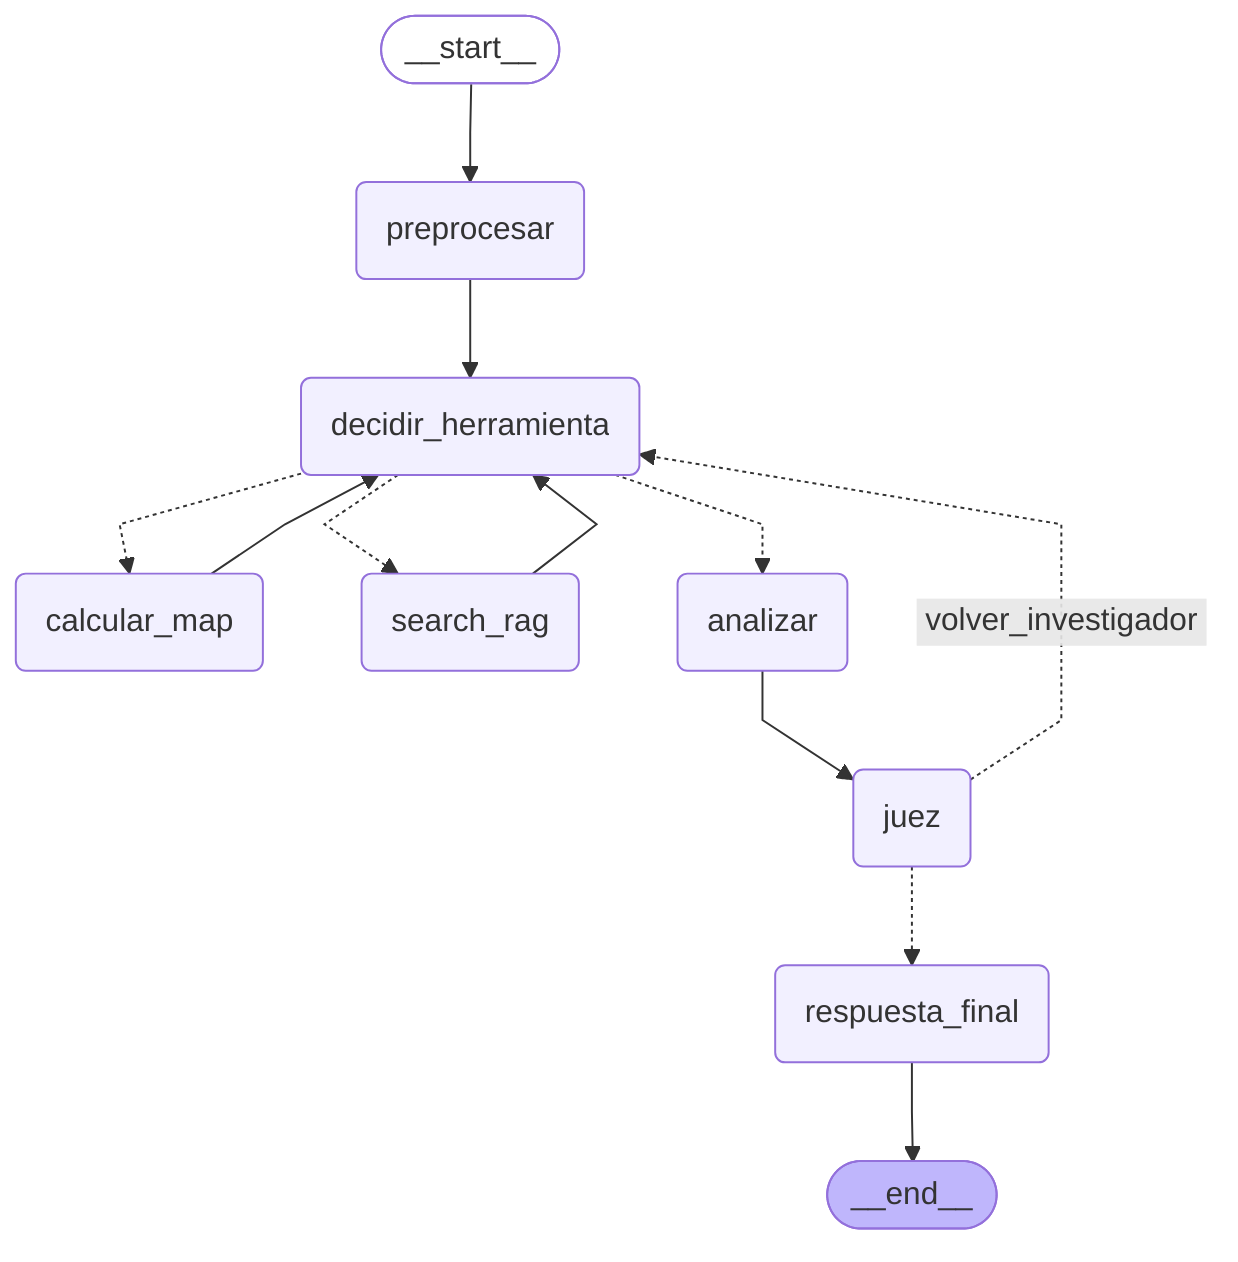
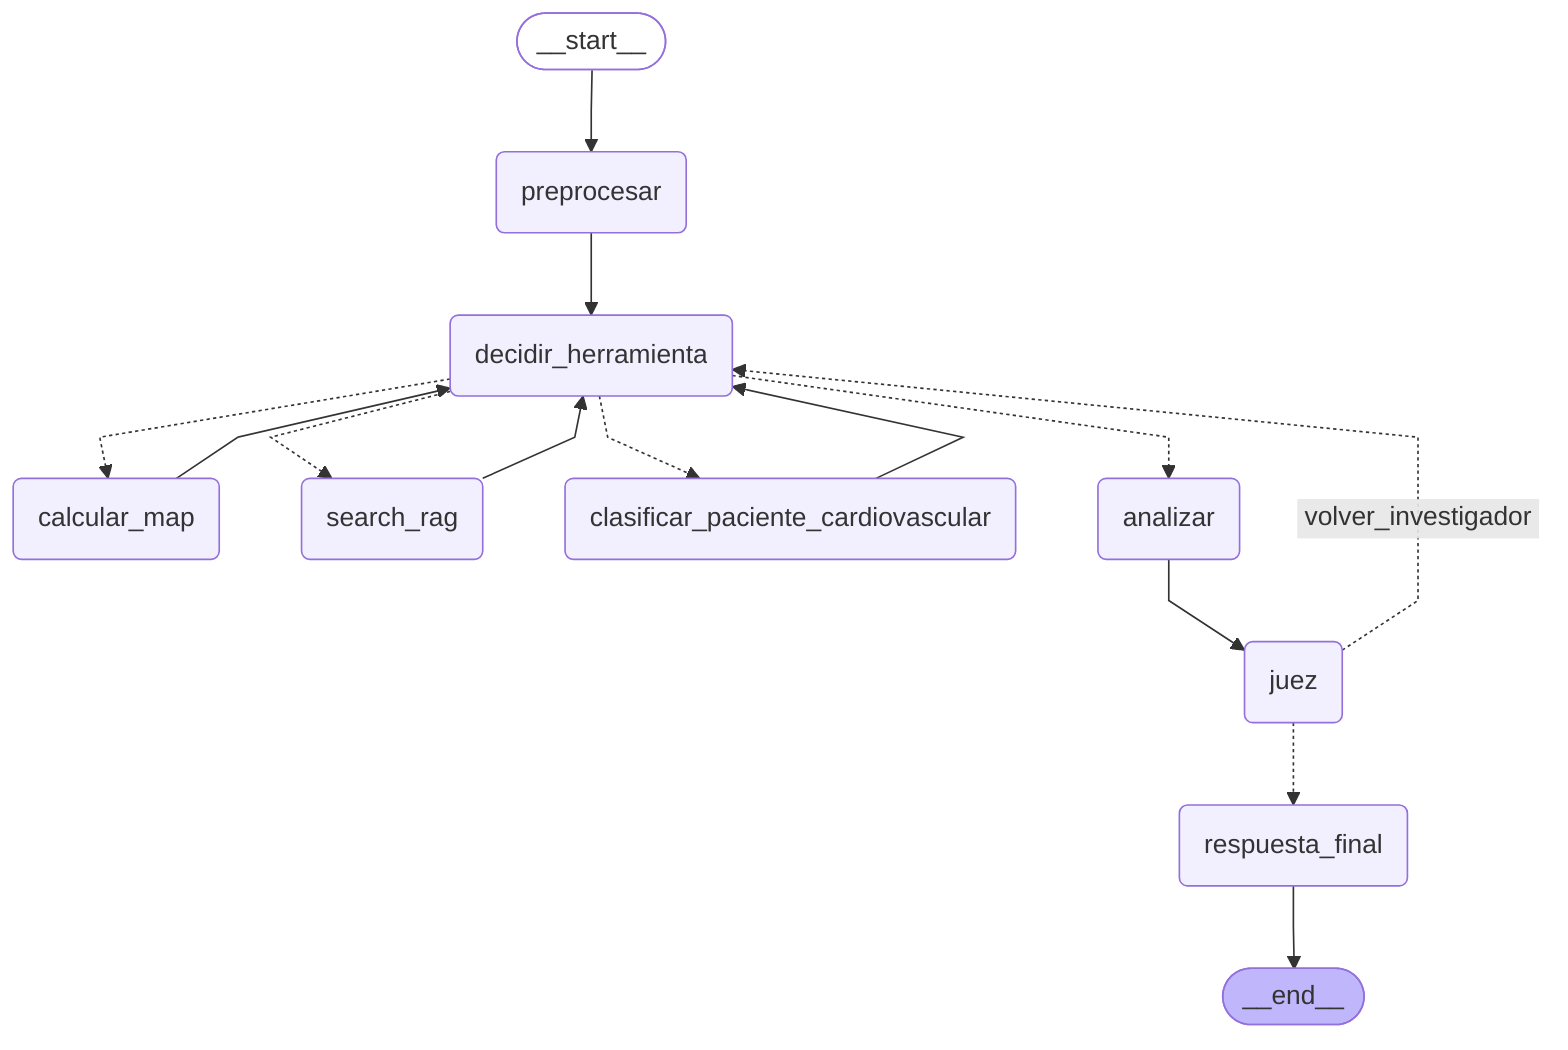
---
config:
  flowchart:
    curve: linear
---
graph TD;
	__start__([<p>__start__</p>]):::first
	preprocesar(preprocesar)
	decidir_herramienta(decidir_herramienta)
	calcular_map(calcular_map)
	search_rag(search_rag)
+ 	clasificar_paciente_cardiovascular(clasificar_paciente_cardiovascular)
	analizar(analizar)
	juez(juez)
	respuesta_final(respuesta_final)
	__end__([<p>__end__</p>]):::last
	__start__ --> preprocesar;
	analizar --> juez;
	calcular_map --> decidir_herramienta;
+ 	clasificar_paciente_cardiovascular --> decidir_herramienta;
	decidir_herramienta -.-> analizar;
	decidir_herramienta -.-> calcular_map;
+ 	decidir_herramienta -.-> clasificar_paciente_cardiovascular;
	decidir_herramienta -.-> search_rag;
	juez -. &nbsp;volver_investigador&nbsp; .-> decidir_herramienta;
	juez -.-> respuesta_final;
	preprocesar --> decidir_herramienta;
	search_rag --> decidir_herramienta;
	respuesta_final --> __end__;
	classDef default fill:#f2f0ff,line-height:1.2
	classDef first fill-opacity:0
	classDef last fill:#bfb6fc
